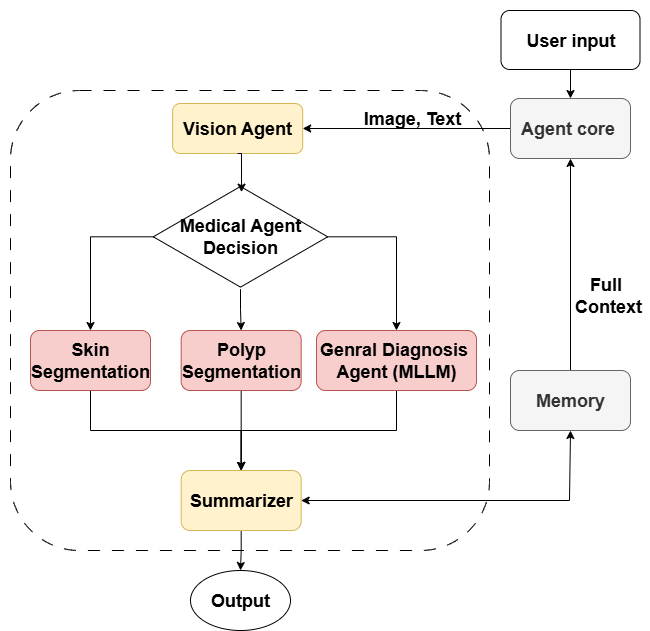
This is Report VDT/images/vision.png from hungzin311/Medical_Assitant, a draw.io export, as it was before one commit. Source tidied: cells renumbered, new cells last; positions are measured from the earlier drawing's top-left corner, leaving out a move shared by most shapes.
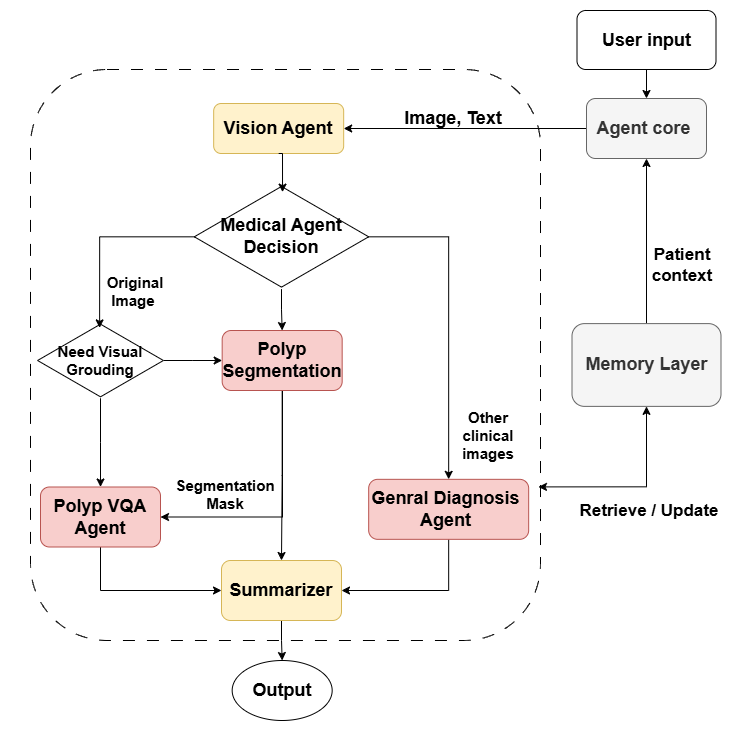
After the change.

Diff of the diagram source:
```diff
@@ -3,113 +3,139 @@
     <mxCell id="0" />
     <mxCell id="1" parent="0" />
     <mxCell id="2" style="rounded=0;whiteSpace=wrap;html=1;strokeColor=none;" parent="1" vertex="1">
-      <mxGeometry width="650" height="630" as="geometry" />
+      <mxGeometry x="650" y="630" width="730" height="730" as="geometry" />
     </mxCell>
-    <mxCell id="3" style="edgeStyle=orthogonalEdgeStyle;rounded=0;orthogonalLoop=1;jettySize=auto;html=1;exitX=0.5;exitY=1;exitDx=0;exitDy=0;fontSize=18;" parent="1" edge="1">
-      <mxGeometry relative="1" as="geometry">
-        <mxPoint x="557.8" y="249" as="sourcePoint" />
-        <mxPoint x="557.8" y="249" as="targetPoint" />
-      </mxGeometry>
-    </mxCell>
-    <mxCell id="4" style="rounded=1;whiteSpace=wrap;html=1;dashed=1;dashPattern=12 12;fontSize=18;" parent="1" vertex="1">
-      <mxGeometry x="10" y="90" width="479" height="460" as="geometry" />
-    </mxCell>
+    <mxCell id="30" style="rounded=1;whiteSpace=wrap;html=1;dashed=1;dashPattern=12 12;fontSize=18;" parent="1" vertex="1">
+      <mxGeometry x="680" y="699" width="510" height="571" as="geometry" />
+    </mxCell>
+    <mxCell id="31" style="edgeStyle=orthogonalEdgeStyle;rounded=0;orthogonalLoop=1;jettySize=auto;html=1;exitX=0.5;exitY=1;exitDx=0;exitDy=0;fontSize=18;" parent="1" edge="1">
+      <mxGeometry relative="1" as="geometry">
+        <mxPoint x="1298.8" y="879" as="sourcePoint" />
+        <mxPoint x="1298.8" y="879" as="targetPoint" />
+      </mxGeometry>
+    </mxCell>
     <mxCell id="5" style="edgeStyle=orthogonalEdgeStyle;rounded=0;jettySize=auto;html=1;entryX=0.5;entryY=0;entryDx=0;entryDy=0;fontStyle=1;fontSize=18;" parent="1" edge="1" source="6" target="8">
       <mxGeometry relative="1" as="geometry" />
     </mxCell>
     <mxCell id="6" value="&lt;font&gt;User input&lt;/font&gt;" style="rounded=1;whiteSpace=wrap;html=1;fontStyle=1;fontSize=18;" parent="1" vertex="1">
-      <mxGeometry x="500.5" y="10" width="139" height="59" as="geometry" />
+      <mxGeometry x="1226.5" y="640" width="139" height="59" as="geometry" />
     </mxCell>
     <mxCell id="7" style="edgeStyle=orthogonalEdgeStyle;rounded=0;jettySize=auto;html=1;exitX=0;exitY=0.5;exitDx=0;exitDy=0;entryX=1;entryY=0.5;entryDx=0;entryDy=0;fontStyle=1;fontSize=18;" parent="1" edge="1" source="8" target="9">
       <mxGeometry relative="1" as="geometry" />
     </mxCell>
     <mxCell id="8" value="&lt;font&gt;Agent core&amp;nbsp;&lt;/font&gt;" style="rounded=1;whiteSpace=wrap;html=1;fillColor=#f5f5f5;strokeColor=#666666;fontStyle=1;fontColor=#333333;fontSize=18;" parent="1" vertex="1">
-      <mxGeometry x="510" y="98" width="120" height="60" as="geometry" />
+      <mxGeometry x="1236" y="728" width="120" height="60" as="geometry" />
     </mxCell>
     <mxCell id="9" value="&lt;font&gt;Vision Agent&lt;/font&gt;" style="rounded=1;whiteSpace=wrap;html=1;fillColor=#fff2cc;strokeColor=#d6b656;fontStyle=1;fontSize=18;" parent="1" vertex="1">
-      <mxGeometry x="172.2" y="103" width="130" height="50" as="geometry" />
+      <mxGeometry x="863.2" y="733" width="130" height="50" as="geometry" />
     </mxCell>
-    <mxCell id="10" style="edgeStyle=orthogonalEdgeStyle;rounded=0;jettySize=auto;html=1;exitX=0.5;exitY=1;exitDx=0;exitDy=0;entryX=0.5;entryY=0;entryDx=0;entryDy=0;fontStyle=1;fontSize=18;" parent="1" edge="1" source="11" target="22">
-      <mxGeometry relative="1" as="geometry" />
-    </mxCell>
-    <mxCell id="11" value="&lt;font&gt;Genral Diagnosis&amp;nbsp;&lt;br&gt;Agent (MLLM)&lt;/font&gt;" style="rounded=1;whiteSpace=wrap;html=1;fillColor=#f8cecc;strokeColor=#b85450;fontStyle=1;fontSize=18;" parent="1" vertex="1">
-      <mxGeometry x="316" y="330" width="160" height="60" as="geometry" />
-    </mxCell>
-    <mxCell id="12" style="edgeStyle=orthogonalEdgeStyle;rounded=0;orthogonalLoop=1;jettySize=auto;html=1;exitX=0.5;exitY=1;exitDx=0;exitDy=0;fontStyle=1;fontSize=18;" parent="1" edge="1" source="11" target="11">
-      <mxGeometry relative="1" as="geometry" />
-    </mxCell>
-    <mxCell id="13" style="edgeStyle=orthogonalEdgeStyle;rounded=0;jettySize=auto;html=1;exitX=0.5;exitY=0;exitDx=0;exitDy=0;entryX=0.5;entryY=1;entryDx=0;entryDy=0;fontStyle=1;fontSize=18;" parent="1" edge="1" source="14" target="8">
-      <mxGeometry relative="1" as="geometry" />
-    </mxCell>
-    <mxCell id="14" value="&lt;font&gt;Memory&lt;/font&gt;" style="rounded=1;whiteSpace=wrap;html=1;fontStyle=1;fillColor=#f5f5f5;fontColor=#333333;strokeColor=#666666;fontSize=18;" parent="1" vertex="1">
-      <mxGeometry x="510" y="370" width="120" height="60" as="geometry" />
-    </mxCell>
-    <mxCell id="15" style="edgeStyle=orthogonalEdgeStyle;rounded=0;jettySize=auto;html=1;entryX=0.5;entryY=0;entryDx=0;entryDy=0;fontStyle=1;fontSize=18;" parent="1" edge="1" source="18" target="11">
-      <mxGeometry relative="1" as="geometry">
-        <Array as="points">
-          <mxPoint x="396" y="236" />
-        </Array>
-      </mxGeometry>
-    </mxCell>
+    <mxCell id="32" style="edgeStyle=orthogonalEdgeStyle;rounded=0;jettySize=auto;html=1;entryX=1;entryY=0.5;entryDx=0;entryDy=0;" parent="1" edge="1" source="33" target="22">
+      <mxGeometry relative="1" as="geometry">
+        <Array as="points">
+          <mxPoint x="1098" y="1220" />
+        </Array>
+      </mxGeometry>
+    </mxCell>
+    <mxCell id="33" value="&lt;font&gt;Genral Diagnosis&amp;nbsp;&lt;br&gt;Agent&amp;nbsp;&lt;/font&gt;" style="rounded=1;whiteSpace=wrap;html=1;fillColor=#f8cecc;strokeColor=#b85450;fontStyle=1;fontSize=18;" parent="1" vertex="1">
+      <mxGeometry x="1018.2" y="1108.8" width="160" height="60" as="geometry" />
+    </mxCell>
+    <mxCell id="34" style="edgeStyle=orthogonalEdgeStyle;rounded=0;orthogonalLoop=1;jettySize=auto;html=1;exitX=0.5;exitY=1;exitDx=0;exitDy=0;fontStyle=1;fontSize=18;" parent="1" edge="1" source="33" target="33">
+      <mxGeometry relative="1" as="geometry" />
+    </mxCell>
+    <mxCell id="35" style="edgeStyle=orthogonalEdgeStyle;rounded=0;jettySize=auto;html=1;entryX=0.5;entryY=1;entryDx=0;entryDy=0;" parent="1" edge="1" source="36" target="8">
+      <mxGeometry relative="1" as="geometry" />
+    </mxCell>
+    <mxCell id="36" value="Memory Layer" style="rounded=1;whiteSpace=wrap;html=1;fontStyle=1;fillColor=#f5f5f5;fontColor=#333333;strokeColor=#666666;fontSize=18;" parent="1" vertex="1">
+      <mxGeometry x="1221.5" y="953.1" width="149" height="82.8" as="geometry" />
+    </mxCell>
     <mxCell id="16" style="edgeStyle=orthogonalEdgeStyle;rounded=0;jettySize=auto;html=1;entryX=0.5;entryY=0;entryDx=0;entryDy=0;fontSize=18;" parent="1" edge="1" source="18" target="28">
       <mxGeometry relative="1" as="geometry" />
     </mxCell>
-    <mxCell id="17" style="edgeStyle=orthogonalEdgeStyle;rounded=0;jettySize=auto;html=1;entryX=0.5;entryY=0;entryDx=0;entryDy=0;fontSize=18;" parent="1" edge="1" source="18" target="26">
-      <mxGeometry relative="1" as="geometry">
-        <Array as="points">
-          <mxPoint x="90" y="236" />
-          <mxPoint x="90" y="330" />
-        </Array>
-      </mxGeometry>
-    </mxCell>
+    <mxCell id="37" style="edgeStyle=orthogonalEdgeStyle;rounded=0;jettySize=auto;html=1;entryX=0.5;entryY=0;entryDx=0;entryDy=0;" parent="1" edge="1" source="18" target="33">
+      <mxGeometry relative="1" as="geometry">
+        <Array as="points">
+          <mxPoint x="1098" y="866" />
+        </Array>
+      </mxGeometry>
+    </mxCell>
     <mxCell id="18" value="&lt;font&gt;Medical Agent &lt;br&gt;Decision&lt;/font&gt;" style="html=1;whiteSpace=wrap;shape=isoRectangle;fontStyle=1;fontSize=18;" parent="1" vertex="1">
-      <mxGeometry x="152.8" y="184" width="174.3" height="104.6" as="geometry" />
+      <mxGeometry x="843.8" y="814" width="174.3" height="104.6" as="geometry" />
     </mxCell>
     <mxCell id="19" style="edgeStyle=orthogonalEdgeStyle;rounded=0;jettySize=auto;html=1;exitX=0.5;exitY=1;exitDx=0;exitDy=0;entryX=0.506;entryY=0.073;entryDx=0;entryDy=0;entryPerimeter=0;fontStyle=1;fontSize=18;" parent="1" edge="1" source="9" target="18">
       <mxGeometry relative="1" as="geometry">
         <Array as="points">
-          <mxPoint x="241.2" y="153" />
+          <mxPoint x="932.2" y="783" />
         </Array>
       </mxGeometry>
     </mxCell>
     <mxCell id="20" value="&lt;font&gt;Image, Text&amp;nbsp;&lt;/font&gt;" style="text;html=1;align=center;verticalAlign=middle;whiteSpace=wrap;rounded=0;fontStyle=1;fontSize=18;" parent="1" vertex="1">
-      <mxGeometry x="350" y="103" width="129" height="30" as="geometry" />
+      <mxGeometry x="1041" y="733" width="129" height="30" as="geometry" />
     </mxCell>
     <mxCell id="21" style="edgeStyle=orthogonalEdgeStyle;rounded=0;jettySize=auto;html=1;exitX=0.5;exitY=1;exitDx=0;exitDy=0;entryX=0.5;entryY=0;entryDx=0;entryDy=0;fontStyle=1;fontSize=18;" parent="1" edge="1" source="22" target="24">
       <mxGeometry relative="1" as="geometry" />
     </mxCell>
     <mxCell id="22" value="&lt;font&gt;Summarizer&lt;/font&gt;" style="rounded=1;whiteSpace=wrap;html=1;fillColor=#fff2cc;strokeColor=#d6b656;fontStyle=1;fontSize=18;" parent="1" vertex="1">
-      <mxGeometry x="180.7" y="470" width="120" height="60" as="geometry" />
+      <mxGeometry x="871" y="1190" width="120" height="60" as="geometry" />
     </mxCell>
-    <mxCell id="23" value="&lt;font&gt;Full&amp;nbsp;&lt;br&gt;Context&lt;/font&gt;" style="text;html=1;align=center;verticalAlign=middle;whiteSpace=wrap;rounded=0;fontStyle=1;fontSize=18;" parent="1" vertex="1">
-      <mxGeometry x="577.5" y="280.2" width="60" height="30" as="geometry" />
-    </mxCell>
     <mxCell id="24" value="&lt;font&gt;Output&lt;/font&gt;" style="ellipse;whiteSpace=wrap;html=1;fontStyle=1;fontSize=18;" parent="1" vertex="1">
-      <mxGeometry x="190" y="570" width="100" height="60" as="geometry" />
+      <mxGeometry x="881.7" y="1290" width="100" height="60" as="geometry" />
     </mxCell>
-    <mxCell id="25" style="edgeStyle=orthogonalEdgeStyle;rounded=0;jettySize=auto;html=1;entryX=0.5;entryY=0;entryDx=0;entryDy=0;fontSize=18;" parent="1" edge="1" source="26" target="22">
-      <mxGeometry relative="1" as="geometry">
-        <Array as="points">
-          <mxPoint x="90" y="430" />
-          <mxPoint x="241" y="430" />
-        </Array>
-      </mxGeometry>
-    </mxCell>
-    <mxCell id="26" value="&lt;font&gt;Skin Segmentation&lt;/font&gt;" style="rounded=1;whiteSpace=wrap;html=1;fillColor=#f8cecc;strokeColor=#b85450;fontStyle=1;fontSize=18;" parent="1" vertex="1">
-      <mxGeometry x="30" y="330" width="120" height="60" as="geometry" />
-    </mxCell>
+    <mxCell id="38" style="edgeStyle=orthogonalEdgeStyle;rounded=0;jettySize=auto;html=1;entryX=0;entryY=0.5;entryDx=0;entryDy=0;" parent="1" edge="1" source="39" target="22">
+      <mxGeometry relative="1" as="geometry">
+        <Array as="points">
+          <mxPoint x="750" y="1220" />
+        </Array>
+      </mxGeometry>
+    </mxCell>
+    <mxCell id="39" value="&lt;font&gt;Polyp VQA Agent&lt;/font&gt;" style="rounded=1;whiteSpace=wrap;html=1;fillColor=#f8cecc;strokeColor=#b85450;fontStyle=1;fontSize=18;" parent="1" vertex="1">
+      <mxGeometry x="690" y="1116.5" width="120" height="60" as="geometry" />
+    </mxCell>
-    <mxCell id="27" style="edgeStyle=orthogonalEdgeStyle;rounded=0;jettySize=auto;html=1;fontSize=18;" parent="1" edge="1" source="28" target="22">
+    <mxCell id="27" style="edgeStyle=orthogonalEdgeStyle;rounded=0;jettySize=auto;html=1;" parent="1" edge="1" source="28" target="22">
       <mxGeometry relative="1" as="geometry" />
     </mxCell>
+    <mxCell id="40" style="edgeStyle=elbowEdgeStyle;rounded=0;jettySize=auto;html=1;entryX=1;entryY=0.5;entryDx=0;entryDy=0;" parent="1" edge="1" source="28" target="39">
+      <mxGeometry relative="1" as="geometry">
+        <Array as="points">
+          <mxPoint x="932" y="1080" />
+        </Array>
+      </mxGeometry>
+    </mxCell>
     <mxCell id="28" value="&lt;font&gt;Polyp Segmentation&lt;/font&gt;" style="rounded=1;whiteSpace=wrap;html=1;fillColor=#f8cecc;strokeColor=#b85450;fontStyle=1;fontSize=18;" parent="1" vertex="1">
-      <mxGeometry x="180.7" y="330" width="120" height="60" as="geometry" />
+      <mxGeometry x="871.7" y="960" width="120" height="60" as="geometry" />
     </mxCell>
-    <mxCell id="29" style="endArrow=classic;startArrow=classic;html=1;rounded=0;exitX=1;exitY=0.5;exitDx=0;exitDy=0;entryX=0.5;entryY=1;entryDx=0;entryDy=0;fontSize=18;" parent="1" edge="1" source="22" target="14">
-      <mxGeometry relative="1" as="geometry">
-        <Array as="points">
-          <mxPoint x="569" y="500" />
-        </Array>
-      </mxGeometry>
-    </mxCell>
+    <mxCell id="41" style="edgeStyle=orthogonalEdgeStyle;rounded=0;jettySize=auto;html=1;entryX=0;entryY=0.5;entryDx=0;entryDy=0;" parent="1" edge="1" source="43" target="28">
+      <mxGeometry relative="1" as="geometry" />
+    </mxCell>
+    <mxCell id="42" style="edgeStyle=orthogonalEdgeStyle;rounded=0;jettySize=auto;html=1;entryX=0.5;entryY=0;entryDx=0;entryDy=0;" parent="1" edge="1" source="43" target="39">
+      <mxGeometry relative="1" as="geometry" />
+    </mxCell>
+    <mxCell id="43" value="Need Visual&lt;br&gt;Grouding" style="html=1;whiteSpace=wrap;shape=isoRectangle;fontStyle=1;fontSize=15;" parent="1" vertex="1">
+      <mxGeometry x="687.1" y="952.2" width="125.9" height="75.5" as="geometry" />
+    </mxCell>
+    <mxCell id="44" value="Original&lt;div&gt;Image&amp;nbsp;&lt;/div&gt;" style="text;html=1;whiteSpace=wrap;strokeColor=none;fillColor=none;align=center;verticalAlign=middle;rounded=0;fontStyle=1;fontSize=15;" parent="1" vertex="1">
+      <mxGeometry x="740" y="905.5" width="90" height="30" as="geometry" />
+    </mxCell>
+    <mxCell id="45" value="Segmentation&lt;br&gt;Mask" style="text;html=1;whiteSpace=wrap;strokeColor=none;fillColor=none;align=center;verticalAlign=middle;rounded=0;fontStyle=1;fontSize=15;" parent="1" vertex="1">
+      <mxGeometry x="830" y="1108.8" width="90" height="30" as="geometry" />
+    </mxCell>
+    <mxCell id="46" style="edgeStyle=orthogonalEdgeStyle;rounded=0;jettySize=auto;html=1;entryX=0.493;entryY=0.068;entryDx=0;entryDy=0;entryPerimeter=0;" parent="1" edge="1" source="18" target="43">
+      <mxGeometry relative="1" as="geometry" />
+    </mxCell>
+    <mxCell id="47" value="Other clinical images" style="text;html=1;whiteSpace=wrap;strokeColor=none;fillColor=none;align=center;verticalAlign=middle;rounded=0;fontStyle=1;fontSize=15;" parent="1" vertex="1">
+      <mxGeometry x="1098.2" y="1050" width="80" height="30" as="geometry" />
+    </mxCell>
+    <mxCell id="48" value="Patient context" style="text;html=1;whiteSpace=wrap;strokeColor=none;fillColor=none;align=center;verticalAlign=middle;rounded=0;fontStyle=1;fontSize=17;" parent="1" vertex="1">
+      <mxGeometry x="1281.5" y="880.2" width="100" height="30" as="geometry" />
+    </mxCell>
+    <mxCell id="49" value="&lt;b&gt;Retrieve / Update&lt;/b&gt;" style="text;html=1;whiteSpace=wrap;strokeColor=none;fillColor=none;align=center;verticalAlign=middle;rounded=0;fontSize=17;" parent="1" vertex="1">
+      <mxGeometry x="1221.5" y="1125.5" width="153.5" height="30" as="geometry" />
+    </mxCell>
+    <mxCell id="50" style="edgeStyle=orthogonalEdgeStyle;rounded=0;jettySize=auto;html=1;exitX=0.5;exitY=1;exitDx=0;exitDy=0;entryX=0.996;entryY=0.731;entryDx=0;entryDy=0;entryPerimeter=0;startArrow=classic;startFill=1;" parent="1" edge="1" source="36" target="30">
+      <mxGeometry relative="1" as="geometry">
+        <Array as="points">
+          <mxPoint x="1296" y="1116" />
+        </Array>
+      </mxGeometry>
+    </mxCell>
   </root>
 </mxGraphModel>
```
